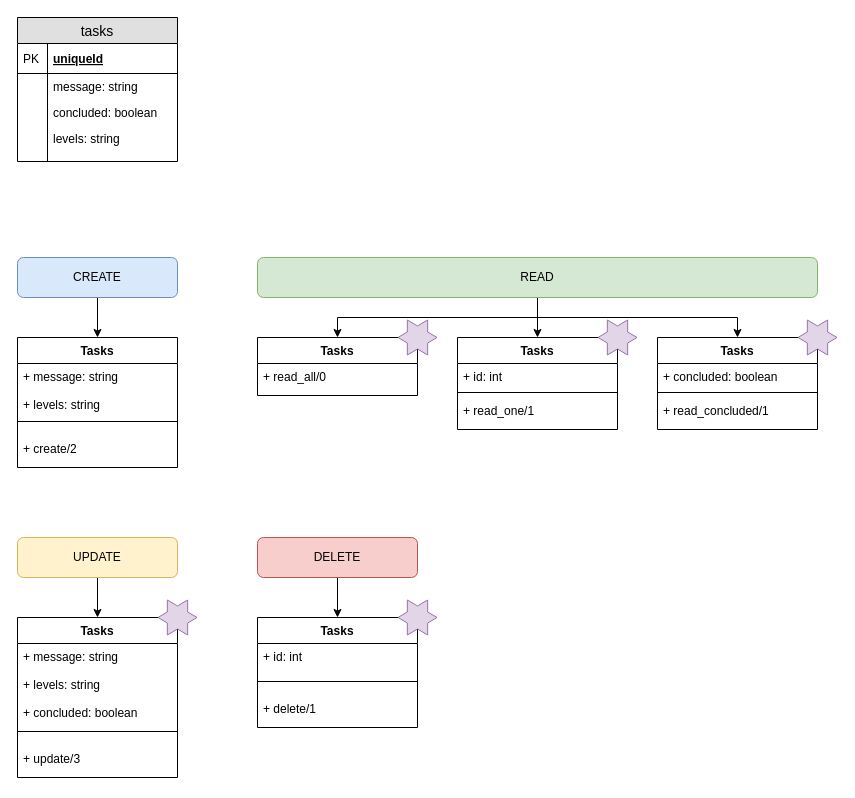
Earlier version of the draw.io diagram UML/uml.drawio (marlon-Symczecym/gerentask_file). Source tidied: cells renumbered, new cells numbered last; positions are measured from the earlier drawing's top-left corner, leaving out a move shared by most shapes. Both pictures are drawn from the tidied source at 100%, with x=0, y=0 at pixel (17, 17).
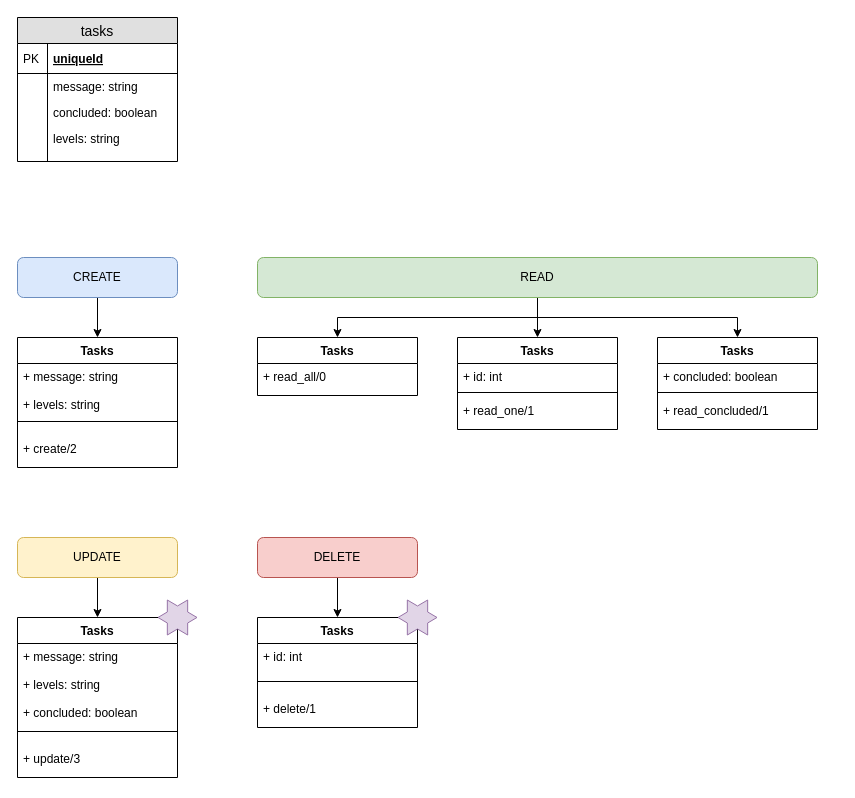
Above is the later version.

Commit message (it also covers changes not shown here):
feat: show by concluded tasks

The edit, as a diff of the source:
```diff
@@
-    <mxCell id="47" style="verticalLabelPosition=bottom;verticalAlign=top;html=1;shape=mxgraph.basic.6_point_star;fillColor=#e1d5e7;strokeColor=#9673a6;" parent="1" vertex="1">
-      <mxGeometry x="380.5" y="302.5" width="39" height="35" as="geometry" />
-    </mxCell>
-    <mxCell id="48" style="verticalLabelPosition=bottom;verticalAlign=top;html=1;shape=mxgraph.basic.6_point_star;fillColor=#e1d5e7;strokeColor=#9673a6;" parent="1" vertex="1">
-      <mxGeometry x="580.5" y="302.5" width="39" height="35" as="geometry" />
-    </mxCell>
-    <mxCell id="49" style="verticalLabelPosition=bottom;verticalAlign=top;html=1;shape=mxgraph.basic.6_point_star;fillColor=#e1d5e7;strokeColor=#9673a6;" parent="1" vertex="1">
-      <mxGeometry x="780.5" y="302.5" width="39" height="35" as="geometry" />
-    </mxCell>
```
